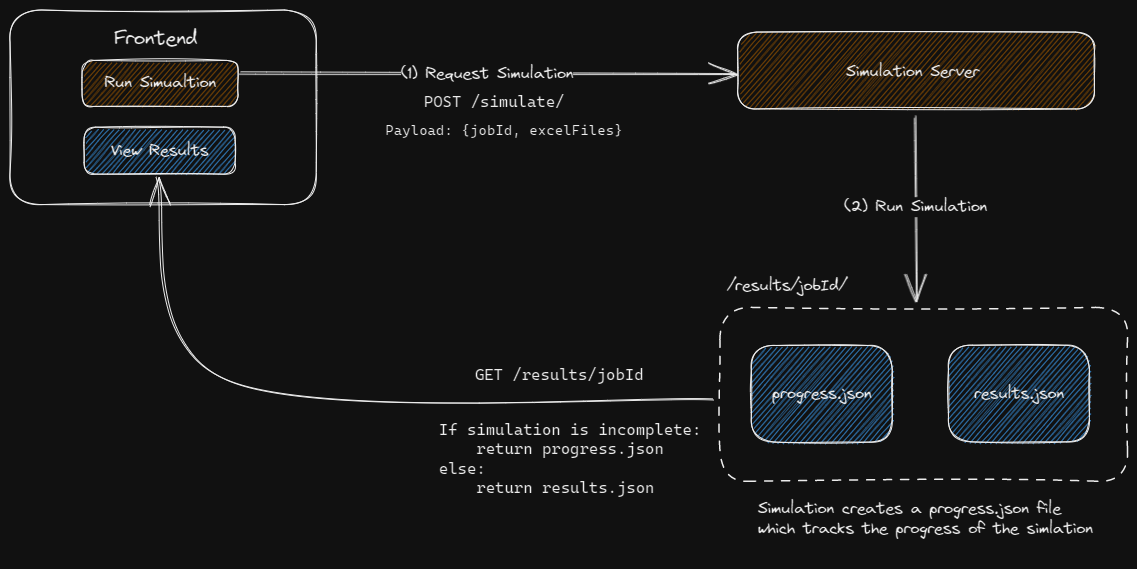
Above: docs/pages/digital-hospital/img/job-flow.excalidraw.png in lakeesiv/digital-twin (Excalidraw), before the change. Source tidied: one line per element, renumbered; positions are measured from the earlier drawing's top-left corner, leaving out a move shared by most shapes. The source it was exported from:
```json
{"id": 0, "type": "rectangle", "strokeColor": "#000000", "strokeWidth": 1, "roughness": 1, "round": true, "x": 0, "y": 0, "width": 306, "height": 195}
{"id": 1, "type": "text", "text": "Frontend", "strokeColor": "#000000", "strokeWidth": 1, "roughness": 1, "fontSize": 20, "fontFamily": 1, "x": 104, "y": 17, "width": 83, "height": 25}
{"id": 2, "type": "rectangle", "strokeColor": "#000000", "backgroundColor": "#fab005", "fillStyle": "hachure", "strokeWidth": 1, "roughness": 1, "round": true, "x": 72, "y": 50, "width": 156, "height": 46}
{"id": 3, "type": "text", "text": "Run Simualtion", "strokeColor": "#000000", "backgroundColor": "#82c91e", "fillStyle": "hachure", "strokeWidth": 1, "roughness": 1, "fontSize": 16, "fontFamily": 1, "textAlign": "center", "verticalAlign": "middle", "inside": 2, "x": 94, "y": 63, "width": 112, "height": 20}
{"id": 4, "type": "rectangle", "strokeColor": "#000000", "backgroundColor": "#228be6", "fillStyle": "hachure", "strokeWidth": 1, "roughness": 1, "round": true, "x": 74, "y": 117, "width": 151, "height": 47}
{"id": 5, "type": "text", "text": "View Results", "strokeColor": "#000000", "backgroundColor": "#82c91e", "fillStyle": "hachure", "strokeWidth": 1, "roughness": 1, "fontSize": 16, "fontFamily": 1, "textAlign": "center", "verticalAlign": "middle", "inside": 4, "x": 101, "y": 131, "width": 98, "height": 20}
{"id": 6, "type": "rectangle", "strokeColor": "#000000", "backgroundColor": "#fab005", "fillStyle": "hachure", "strokeWidth": 1, "roughness": 1, "round": true, "x": 728, "y": 22, "width": 357, "height": 77}
{"id": 7, "type": "text", "text": "Simulation Server", "strokeColor": "#000000", "strokeWidth": 1, "roughness": 1, "fontSize": 16, "fontFamily": 1, "x": 836, "y": 52, "width": 134, "height": 20}
{"id": 8, "type": "arrow", "strokeColor": "#000000", "strokeWidth": 1, "roughness": 1, "endArrowhead": "arrow", "round": true, "from": 2, "to": 6, "x": 229, "y": 62, "width": 496, "height": 2, "points": [[0, 0], [496, 2]]}
{"id": 9, "type": "text", "text": "(1) Request Simulation", "strokeColor": "#000000", "strokeWidth": 1, "roughness": 1, "fontSize": 16, "fontFamily": 1, "textAlign": "center", "verticalAlign": "middle", "inside": 8, "x": 391, "y": 54, "width": 172, "height": 20}
{"id": 10, "type": "text", "text": "Payload: {jobId, excelFiles}", "strokeColor": "#000000", "strokeWidth": 1, "roughness": 1, "fontSize": 14.48, "fontFamily": 3, "x": 375, "y": 111, "width": 237, "height": 17}
{"id": 11, "type": "arrow", "strokeColor": "#000000", "strokeWidth": 1, "roughness": 1, "endArrowhead": "arrow", "round": true, "from": 6, "to": 13, "x": 905, "y": 106, "width": 1, "height": 184, "points": [[0, 0], [1, 184]]}
{"id": 12, "type": "text", "text": "(2) Run Simulation", "strokeColor": "#000000", "strokeWidth": 1, "roughness": 1, "fontSize": 16, "fontFamily": 1, "textAlign": "center", "verticalAlign": "middle", "inside": 11, "x": 834, "y": 187, "width": 143, "height": 20}
{"id": 13, "type": "rectangle", "strokeColor": "#000000", "strokeWidth": 1, "strokeStyle": "dashed", "roughness": 1, "round": true, "x": 710, "y": 297, "width": 408, "height": 174}
{"id": 14, "type": "rectangle", "strokeColor": "#000000", "backgroundColor": "#228be6", "fillStyle": "hachure", "strokeWidth": 1, "roughness": 1, "round": true, "x": 741, "y": 335, "width": 141, "height": 97}
{"id": 15, "type": "text", "text": "progress.json", "strokeColor": "#000000", "strokeWidth": 1, "roughness": 1, "fontSize": 16, "fontFamily": 1, "textAlign": "center", "verticalAlign": "middle", "inside": 14, "x": 762, "y": 374, "width": 99, "height": 20}
{"id": 16, "type": "rectangle", "strokeColor": "#000000", "backgroundColor": "#228be6", "fillStyle": "hachure", "strokeWidth": 1, "roughness": 1, "round": true, "x": 938, "y": 335, "width": 141, "height": 97}
{"id": 17, "type": "text", "text": "results.json", "strokeColor": "#000000", "strokeWidth": 1, "roughness": 1, "fontSize": 16, "fontFamily": 1, "textAlign": "center", "verticalAlign": "middle", "inside": 16, "x": 964, "y": 374, "width": 90, "height": 20}
{"id": 18, "type": "text", "text": "/results/jobId/", "strokeColor": "#000000", "strokeWidth": 1, "roughness": 1, "fontSize": 16, "fontFamily": 1, "x": 717, "y": 266, "width": 119, "height": 20}
{"id": 19, "type": "arrow", "strokeColor": "#000000", "strokeWidth": 1, "roughness": 1, "endArrowhead": "arrow", "round": true, "from": 13, "to": 4, "x": 704, "y": 390, "width": 557, "height": 223, "points": [[0, 0], [-485, -19], [-557, -223]]}
{"id": 20, "type": "text", "text": "If simulation is incomplete:\n    return progress.json \nelse:\n    return results.json", "strokeColor": "#000000", "strokeWidth": 1, "roughness": 1, "fontSize": 16, "fontFamily": 3, "x": 429, "y": 411, "width": 262, "height": 77}
{"id": 21, "type": "text", "text": "Simulation creates a progress.json file \nwhich tracks the progress of the simlation\n", "strokeColor": "#000000", "strokeWidth": 1, "roughness": 1, "fontSize": 16, "fontFamily": 1, "x": 748, "y": 489, "width": 335, "height": 60}
{"id": 22, "type": "text", "text": "GET /results/jobId", "strokeColor": "#000000", "strokeWidth": 1, "roughness": 1, "fontSize": 16, "fontFamily": 3, "x": 465, "y": 355, "width": 169, "height": 19}
{"id": 23, "type": "text", "text": "POST /simulate/", "strokeColor": "#000000", "strokeWidth": 1, "roughness": 1, "fontSize": 16, "fontFamily": 3, "x": 414, "y": 82, "width": 141, "height": 19}
```
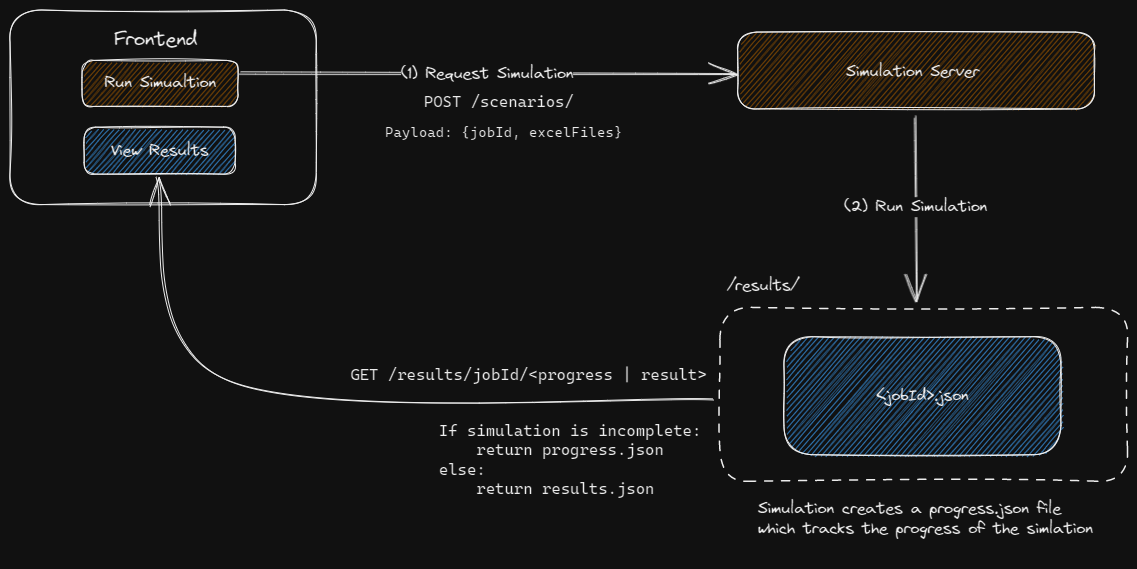
The same file after the commit.

Diff of the diagram source:
```diff
@@ -8,17 +8,15 @@
 {"id": 7, "type": "text", "text": "Simulation Server", "strokeColor": "#000000", "strokeWidth": 1, "roughness": 1, "fontSize": 16, "fontFamily": 1, "x": 836, "y": 52, "width": 134, "height": 20}
 {"id": 8, "type": "arrow", "strokeColor": "#000000", "strokeWidth": 1, "roughness": 1, "endArrowhead": "arrow", "round": true, "from": 2, "to": 6, "x": 229, "y": 62, "width": 496, "height": 2, "points": [[0, 0], [496, 2]]}
 {"id": 9, "type": "text", "text": "(1) Request Simulation", "strokeColor": "#000000", "strokeWidth": 1, "roughness": 1, "fontSize": 16, "fontFamily": 1, "textAlign": "center", "verticalAlign": "middle", "inside": 8, "x": 391, "y": 54, "width": 172, "height": 20}
-{"id": 10, "type": "text", "text": "Payload: {jobId, excelFiles}", "strokeColor": "#000000", "strokeWidth": 1, "roughness": 1, "fontSize": 14.48, "fontFamily": 3, "x": 375, "y": 111, "width": 237, "height": 17}
+{"id": 10, "type": "text", "text": "Payload: {jobId, excelFiles}", "strokeColor": "#000000", "strokeWidth": 1, "roughness": 1, "fontSize": 14.48, "fontFamily": 3, "x": 375, "y": 113, "width": 237, "height": 17}
 {"id": 11, "type": "arrow", "strokeColor": "#000000", "strokeWidth": 1, "roughness": 1, "endArrowhead": "arrow", "round": true, "from": 6, "to": 13, "x": 905, "y": 106, "width": 1, "height": 184, "points": [[0, 0], [1, 184]]}
 {"id": 12, "type": "text", "text": "(2) Run Simulation", "strokeColor": "#000000", "strokeWidth": 1, "roughness": 1, "fontSize": 16, "fontFamily": 1, "textAlign": "center", "verticalAlign": "middle", "inside": 11, "x": 834, "y": 187, "width": 143, "height": 20}
 {"id": 13, "type": "rectangle", "strokeColor": "#000000", "strokeWidth": 1, "strokeStyle": "dashed", "roughness": 1, "round": true, "x": 710, "y": 297, "width": 408, "height": 174}
-{"id": 14, "type": "rectangle", "strokeColor": "#000000", "backgroundColor": "#228be6", "fillStyle": "hachure", "strokeWidth": 1, "roughness": 1, "round": true, "x": 741, "y": 335, "width": 141, "height": 97}
-{"id": 15, "type": "text", "text": "progress.json", "strokeColor": "#000000", "strokeWidth": 1, "roughness": 1, "fontSize": 16, "fontFamily": 1, "textAlign": "center", "verticalAlign": "middle", "inside": 14, "x": 762, "y": 374, "width": 99, "height": 20}
-{"id": 16, "type": "rectangle", "strokeColor": "#000000", "backgroundColor": "#228be6", "fillStyle": "hachure", "strokeWidth": 1, "roughness": 1, "round": true, "x": 938, "y": 335, "width": 141, "height": 97}
+{"id": 16, "type": "rectangle", "strokeColor": "#000000", "backgroundColor": "#228be6", "fillStyle": "hachure", "strokeWidth": 1, "roughness": 1, "round": true, "x": 774, "y": 327, "width": 277, "height": 118}
-{"id": 17, "type": "text", "text": "results.json", "strokeColor": "#000000", "strokeWidth": 1, "roughness": 1, "fontSize": 16, "fontFamily": 1, "textAlign": "center", "verticalAlign": "middle", "inside": 16, "x": 964, "y": 374, "width": 90, "height": 20}
+{"id": 17, "type": "text", "text": "<jobId>.json", "strokeColor": "#000000", "strokeWidth": 1, "roughness": 1, "fontSize": 16, "fontFamily": 1, "textAlign": "center", "verticalAlign": "middle", "inside": 16, "x": 866, "y": 376, "width": 92, "height": 20}
-{"id": 18, "type": "text", "text": "/results/jobId/", "strokeColor": "#000000", "strokeWidth": 1, "roughness": 1, "fontSize": 16, "fontFamily": 1, "x": 717, "y": 266, "width": 119, "height": 20}
+{"id": 18, "type": "text", "text": "/results/", "strokeColor": "#000000", "strokeWidth": 1, "roughness": 1, "fontSize": 16, "fontFamily": 1, "x": 717, "y": 266, "width": 71, "height": 20}
 {"id": 19, "type": "arrow", "strokeColor": "#000000", "strokeWidth": 1, "roughness": 1, "endArrowhead": "arrow", "round": true, "from": 13, "to": 4, "x": 704, "y": 390, "width": 557, "height": 223, "points": [[0, 0], [-485, -19], [-557, -223]]}
 {"id": 20, "type": "text", "text": "If simulation is incomplete:\n    return progress.json \nelse:\n    return results.json", "strokeColor": "#000000", "strokeWidth": 1, "roughness": 1, "fontSize": 16, "fontFamily": 3, "x": 429, "y": 411, "width": 262, "height": 77}
 {"id": 21, "type": "text", "text": "Simulation creates a progress.json file \nwhich tracks the progress of the simlation\n", "strokeColor": "#000000", "strokeWidth": 1, "roughness": 1, "fontSize": 16, "fontFamily": 1, "x": 748, "y": 489, "width": 335, "height": 60}
-{"id": 22, "type": "text", "text": "GET /results/jobId", "strokeColor": "#000000", "strokeWidth": 1, "roughness": 1, "fontSize": 16, "fontFamily": 3, "x": 465, "y": 355, "width": 169, "height": 19}
+{"id": 22, "type": "text", "text": "GET /results/jobId/<progress | result>", "strokeColor": "#000000", "strokeWidth": 1, "roughness": 1, "fontSize": 16, "fontFamily": 3, "x": 340, "y": 355, "width": 356, "height": 19}
-{"id": 23, "type": "text", "text": "POST /simulate/", "strokeColor": "#000000", "strokeWidth": 1, "roughness": 1, "fontSize": 16, "fontFamily": 3, "x": 414, "y": 82, "width": 141, "height": 19}
+{"id": 23, "type": "text", "text": "POST /scenarios/", "strokeColor": "#000000", "strokeWidth": 1, "roughness": 1, "fontSize": 16, "fontFamily": 3, "x": 414, "y": 82, "width": 150, "height": 19}
```
